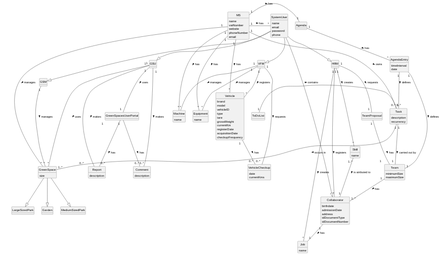
Earlier version of the PlantUML export docs/sprintA/global-artifacts/02.analysis/svg/project-domain-model.svg (Departamento-de-Engenharia-Informatica/lei-24-s2-1do-g164). Its diagram source:
```plantuml
@startuml
skinparam monochrome true
skinparam packageStyle rectangle
skinparam shadowing false
skinparam classAttributeIconSize 0
hide circle
hide methods



class MS {
    name
    vatNumber
    website
    phoneNumber
    email

}

class GreenSpace {
    size
}

class Garden
class MediumSizedPark
class LargeSizedPark

class SystemUser {
    name
    email
    password
    phone

}
class HRM {
}
class VFM {
}
class Collaborator {
    birthdate
    admissionDate
    address
    idDocumentType
    idDocumentNumber
}
class GSM {
}
class GSU {
}

class TeamProposal {
}

class Team {
minimumSize
maximumSize
}

class Skill {
    name
}

class Job {
    name
}

class Task {
    description
    recurrency
}

class VehicleCheckup {
    date
    currentKms
}

class Vehicle {
   brand
   model
   vehicleID
   type
   tare
   grossWeight
   currentKm
   registerDate
   acquisitionDate
   checkupFrequency
}

class Machine {
    name
}

class Equipment {
    name
}

class Agenda {
}

class AgendaEntry {
    timeInterval
    date
}

class GreenSpacesUserPortal{
}

class Comment{
    description
}
class Report{
    description
}



class ToDoList{

}


SystemUser --|> HRM
SystemUser --|> VFM
SystemUser --|> Collaborator
SystemUser --|> GSM
SystemUser --|> GSU

GreenSpace --|> Garden
GreenSpace --|> MediumSizedPark
GreenSpace --|> LargeSizedPark

Task "1" -- "1..*" GreenSpace : occurs in >

Agenda "1" -- "*" AgendaEntry : has >
AgendaEntry "1" -- "1" Task : defines >
AgendaEntry "1" -- "1" Team : defines >

VFM " 1" -- "*" Vehicle : registers >

VFM "  1 " -- "*" Machine : manages >
VFM "  1    " -- "*" Equipment : manages >
Vehicle "1   " -- "0..* " VehicleCheckup : has >
VFM "1 " -- "0..*  " VehicleCheckup : requests >
GSU"  1  " -- "0..*          " Report: makes >
GSU"  1  " -- "0..*" Comment: makes >
GSU"  1  " -- "1  " GreenSpacesUserPortal:  uses >
GreenSpacesUserPortal "1                 " -- "0..*   " Report : has >
GreenSpacesUserPortal "1    " -- "0..*" Comment : has >

MS "1" - "*" SystemUser : has >
MS "1  " - "0..*" Task: owns >
MS "1" - "*" Machine : has >
MS "1 " - "*" Vehicle : has >
MS "1" - "*" Equipment : has >

Task "1" - "1  " Team:   carried out by   >
ToDoList "1" - "0..*" Task: contains >

HRM "1 " -- "*" Collaborator : registers >
HRM "1 " -- "*" Job : creates >
HRM "1 " -- "*" Skill : creates >
HRM "1" -- "1  " TeamProposal : requests >
TeamProposal "1 " --"1        " Team: has >
Team "1 " -- "1..*  " Collaborator: has >
Skill "1..*" - "1" Collaborator: is atributed to >
Collaborator "1 " -- "1 " Job : has >
MS "1" - "1" Agenda : has >
MS "1    " - "*" GreenSpace: manages >
GSU"1" - "*" GreenSpace: uses >
GSM "1" - "*" GreenSpace: manages >
@enduml
```
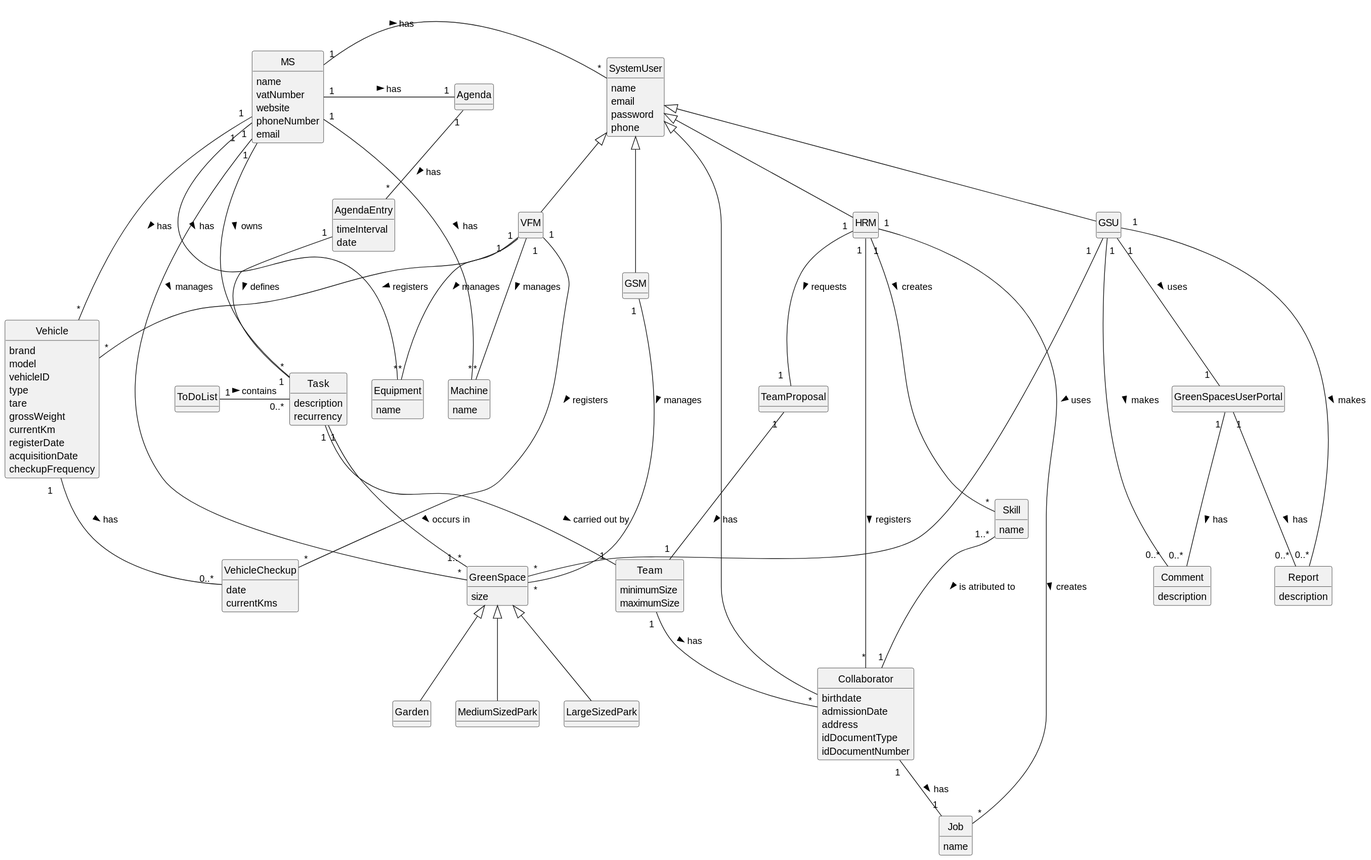
Above is the later version.

What changed in the source:
```diff
@@ -70,6 +70,7 @@
 }
 
 class VehicleCheckup {
+
     date
     currentKms
 }
@@ -120,36 +121,35 @@
 }
 
 
-SystemUser --|> HRM
-SystemUser --|> VFM
-SystemUser --|> Collaborator
-SystemUser --|> GSM
-SystemUser --|> GSU
+SystemUser <|-- HRM
+SystemUser <|-- VFM
+SystemUser <|-- Collaborator
+SystemUser <|-- GSM
+SystemUser <|-- GSU
 
-GreenSpace --|> Garden
-GreenSpace --|> MediumSizedPark
-GreenSpace --|> LargeSizedPark
+GreenSpace <|-- Garden
+GreenSpace <|-- MediumSizedPark
+GreenSpace <|-- LargeSizedPark
 
 Task "1" -- "1..*" GreenSpace : occurs in >
 
 Agenda "1" -- "*" AgendaEntry : has >
 AgendaEntry "1" -- "1" Task : defines >
-AgendaEntry "1" -- "1" Team : defines >
+
 
 VFM " 1" -- "*" Vehicle : registers >
-
 VFM "  1 " -- "*" Machine : manages >
 VFM "  1    " -- "*" Equipment : manages >
 Vehicle "1   " -- "0..* " VehicleCheckup : has >
-VFM "1 " -- "0..*  " VehicleCheckup : requests >
-GSU"  1  " -- "0..*          " Report: makes >
-GSU"  1  " -- "0..*" Comment: makes >
+VFM "1 " -- "*" VehicleCheckup : registers >
+GSU"  1  " -- "0..*" Report: makes >
+GSU"  1  " -- "0..* " Comment: makes >
 GSU"  1  " -- "1  " GreenSpacesUserPortal:  uses >
-GreenSpacesUserPortal "1                 " -- "0..*   " Report : has >
-GreenSpacesUserPortal "1    " -- "0..*" Comment : has >
+GreenSpacesUserPortal "1  " -- "0..* " Report : has >
+GreenSpacesUserPortal "1 " -- "0..* " Comment : has >
 
 MS "1" - "*" SystemUser : has >
-MS "1  " - "0..*" Task: owns >
+MS "1  " - "*" Task: owns >
 MS "1" - "*" Machine : has >
 MS "1 " - "*" Vehicle : has >
 MS "1" - "*" Equipment : has >
@@ -161,12 +161,12 @@
 HRM "1 " -- "*" Job : creates >
 HRM "1 " -- "*" Skill : creates >
 HRM "1" -- "1  " TeamProposal : requests >
-TeamProposal "1 " --"1        " Team: has >
-Team "1 " -- "1..*  " Collaborator: has >
+TeamProposal "1 " --"1 " Team: has >
+Team "1 " -- "*" Collaborator: has >
 Skill "1..*" - "1" Collaborator: is atributed to >
-Collaborator "1 " -- "1 " Job : has >
+Collaborator "1 " -- "1" Job : has >
 MS "1" - "1" Agenda : has >
 MS "1    " - "*" GreenSpace: manages >
-GSU"1" - "*" GreenSpace: uses >
-GSM "1" - "*" GreenSpace: manages >
+GSU"1   " - "*" GreenSpace: uses >
+GSM "1 " - "*" GreenSpace: manages >
 @enduml
```
